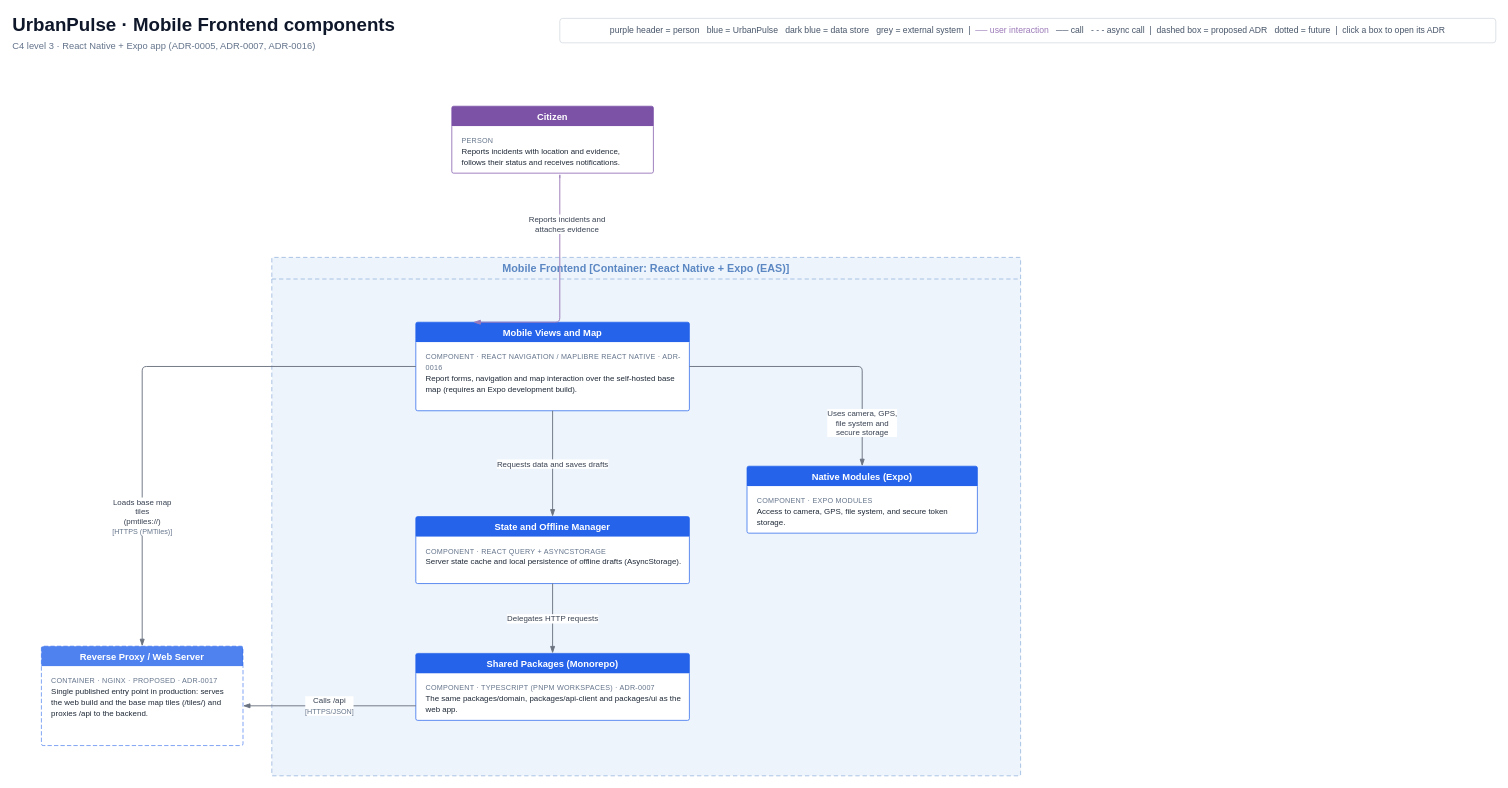
Earlier version of the draw.io diagram page "5 · Mobile frontend components" (5 of 6) of docs/architecture/UrbanPulse-C4.drawio (Dalibex/urban-incidence-manager). Source tidied: cells renumbered, new cells numbered last; positions are measured from the earlier drawing's top-left corner, leaving out a move shared by most shapes. Both pictures are drawn from the tidied source at 72%, with x=0, y=0 at pixel (12, 12).
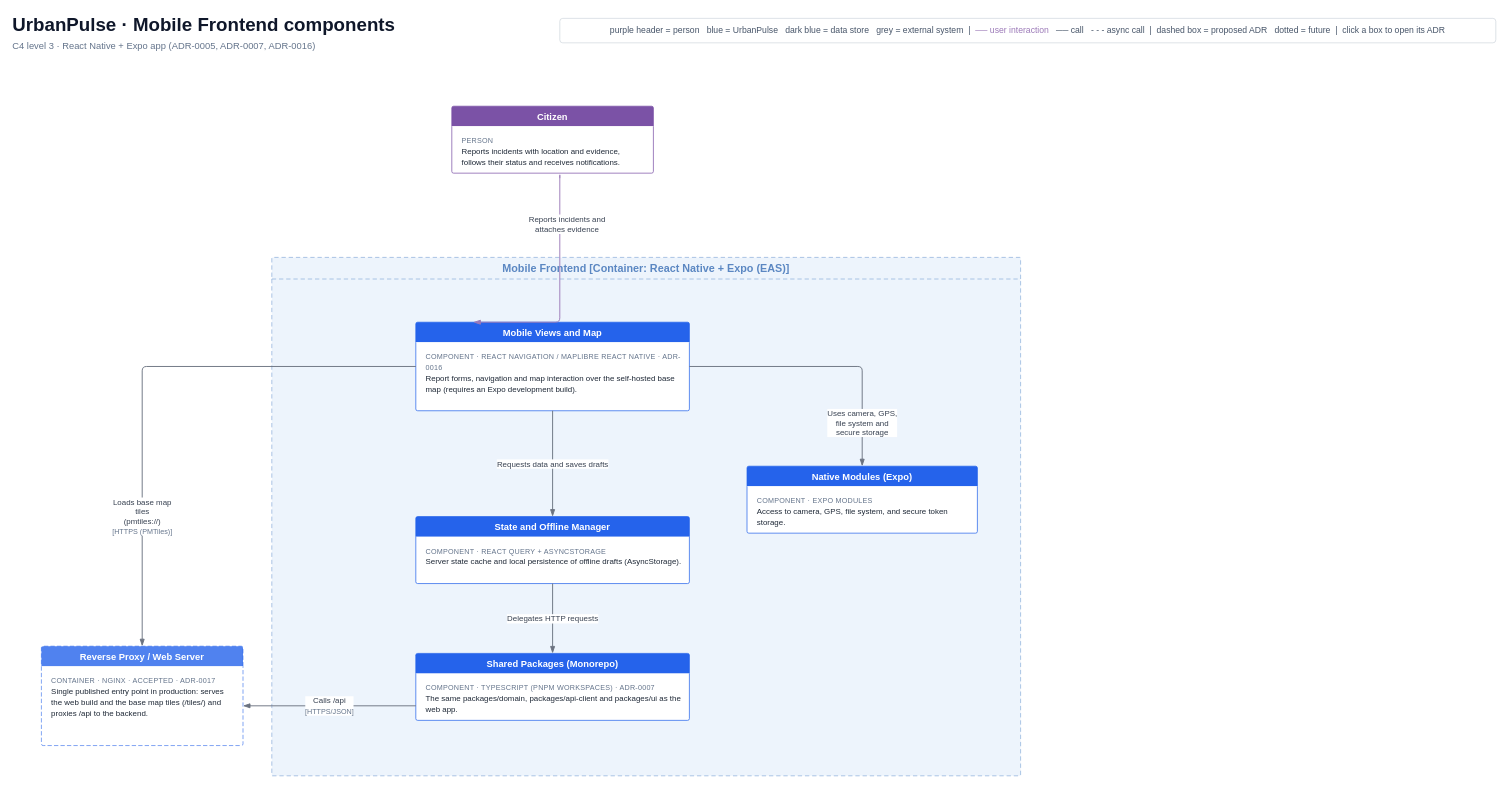
The same page after the edit.

Unchanged cells that the change refers to:
```xml
<mxCell id="16" value="Reverse Proxy / Web Server" style="swimlane;html=1;whiteSpace=wrap;rounded=1;arcSize=3;startSize=28;fillColor=#2563EB;swimlaneFillColor=#FFFFFF;strokeColor=#2563EB;fontColor=#FFFFFF;fontFamily=Helvetica;fontSize=13;fontStyle=1;swimlaneLine=0;dashed=1;dashPattern=6 3;opacity=80;" parent="1" vertex="1">
  <mxGeometry x="40" y="880" width="280" height="138" as="geometry" />
</mxCell>
```

What changed in the source:
```diff
@@
-    <mxCell id="17" value="&lt;div style=&quot;color:#64748B;font-size:10px;line-height:15px;letter-spacing:0.3px;&quot;&gt;CONTAINER · NGINX · PROPOSED · ADR-0017&lt;/div&gt;&lt;div style=&quot;line-height:15px;&quot;&gt;Single published entry point in production: serves the web build and the base map tiles (/tiles/) and proxies /api to the backend.&lt;/div&gt;" style="text;html=1;whiteSpace=wrap;align=left;verticalAlign=top;fontFamily=Helvetica;fontSize=11;fontColor=#1F2937;spacingLeft=12;spacingRight=10;spacingTop=6;opacity=80;" parent="16" vertex="1">
+    <mxCell id="17" value="&lt;div style=&quot;color:#64748B;font-size:10px;line-height:15px;letter-spacing:0.3px;&quot;&gt;CONTAINER · NGINX · ACCEPTED · ADR-0017&lt;/div&gt;&lt;div style=&quot;line-height:15px;&quot;&gt;Single published entry point in production: serves the web build and the base map tiles (/tiles/) and proxies /api to the backend.&lt;/div&gt;" style="text;html=1;whiteSpace=wrap;align=left;verticalAlign=top;fontFamily=Helvetica;fontSize=11;fontColor=#1F2937;spacingLeft=12;spacingRight=10;spacingTop=6;opacity=80;" parent="16" vertex="1">
       <mxGeometry y="28" width="280" height="110" as="geometry" />
     </mxCell>
```
